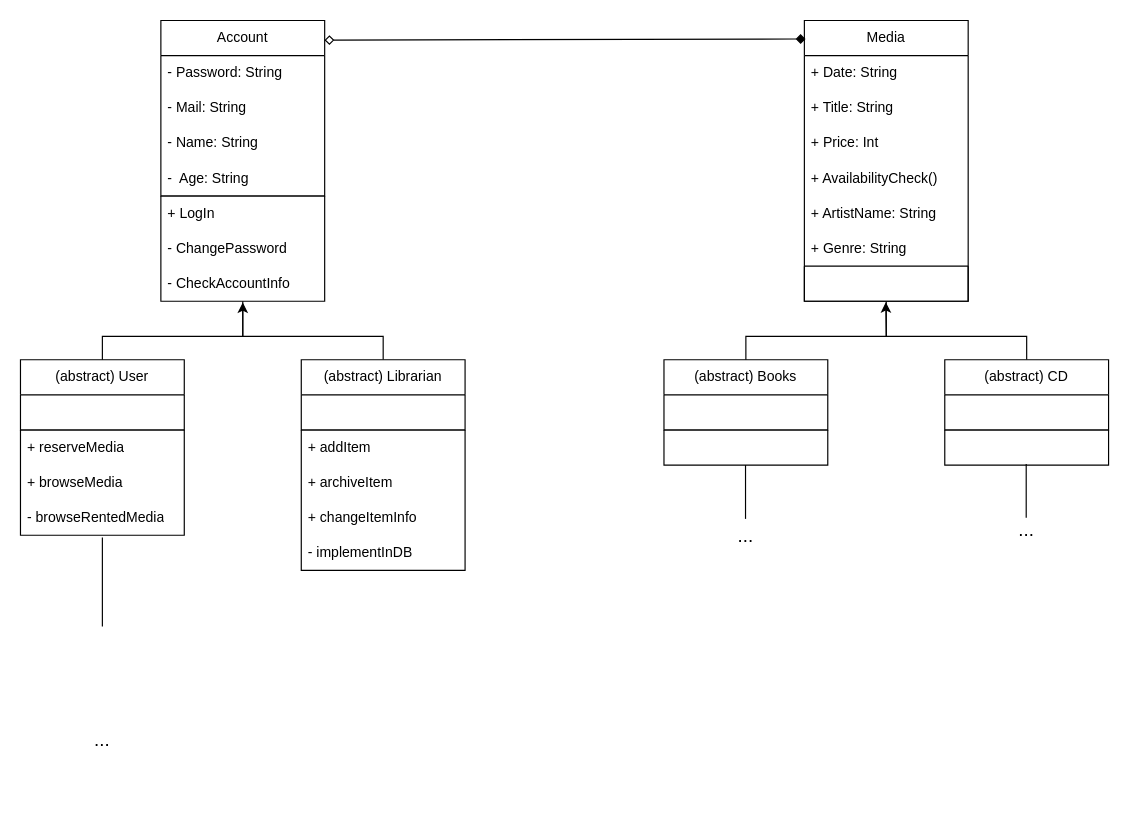
Earlier version of the draw.io diagram Dokumentation/diagrams/class_library.drawio (sraosha47/m226). Source tidied: cells renumbered, new cells numbered last; positions are measured from the earlier drawing's top-left corner, leaving out a move shared by most shapes. Both pictures are drawn from the tidied source at 117%, with x=0, y=0 at pixel (20, 20).
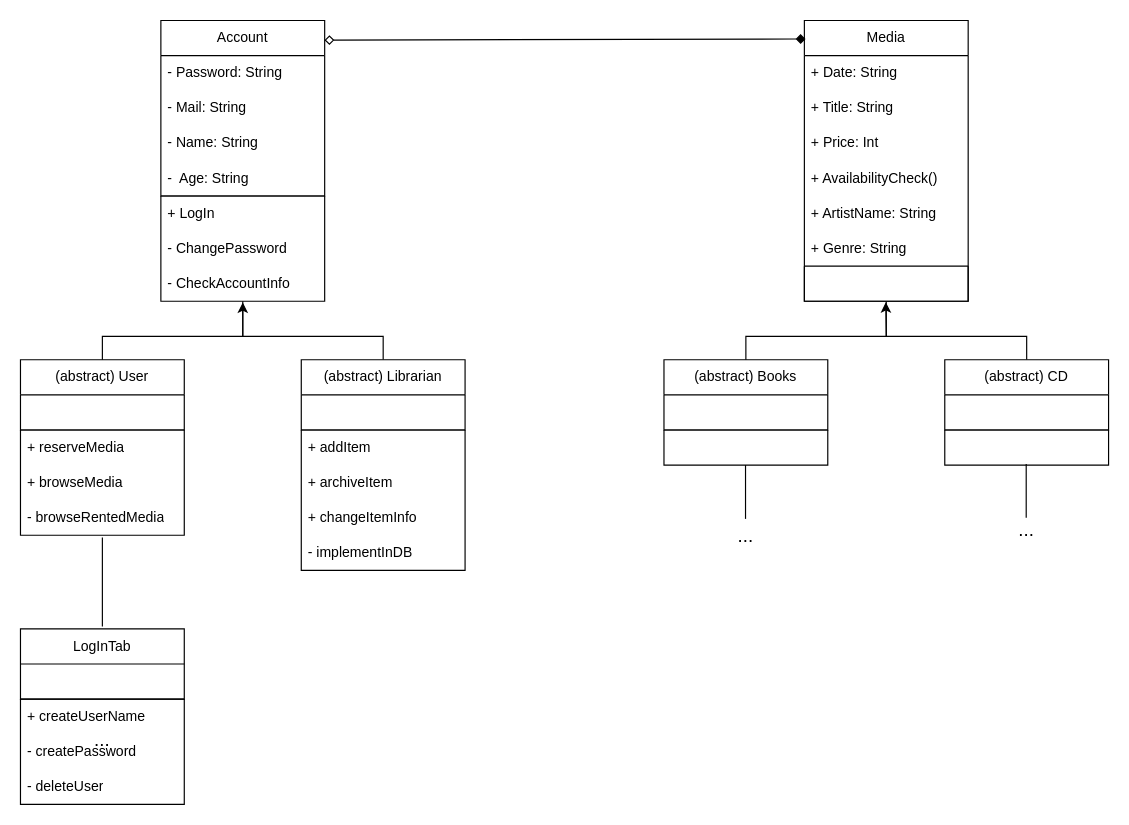
After the change.

What changed in the source:
```diff
@@
+    <mxCell id="45" value="LogInTab" style="swimlane;fontStyle=0;horizontal=1;startSize=30;whiteSpace=wrap;html=1;" parent="1" vertex="1">
+      <mxGeometry y="520" width="140" height="60" as="geometry" />
+    </mxCell>
+    <mxCell id="46" style="swimlane;fontStyle=0;horizontal=1;startSize=0;whiteSpace=wrap;html=1;" parent="1" vertex="1">
+      <mxGeometry y="580" width="140" height="90" as="geometry" />
+    </mxCell>
+    <mxCell id="47" value="+ createUserName" style="text;strokeColor=none;fillColor=none;align=left;verticalAlign=middle;spacingLeft=4;spacingRight=4;overflow=hidden;whiteSpace=wrap;html=1;" parent="46" vertex="1">
+      <mxGeometry width="140" height="30" as="geometry" />
+    </mxCell>
+    <mxCell id="48" value="- createPassword" style="text;strokeColor=none;fillColor=none;align=left;verticalAlign=middle;spacingLeft=4;spacingRight=4;overflow=hidden;whiteSpace=wrap;html=1;" parent="46" vertex="1">
+      <mxGeometry y="30" width="140" height="30" as="geometry" />
+    </mxCell>
+    <mxCell id="49" value="- deleteUser" style="text;strokeColor=none;fillColor=none;align=left;verticalAlign=middle;spacingLeft=4;spacingRight=4;overflow=hidden;whiteSpace=wrap;html=1;" parent="46" vertex="1">
+      <mxGeometry y="60" width="140" height="30" as="geometry" />
+    </mxCell>
```
